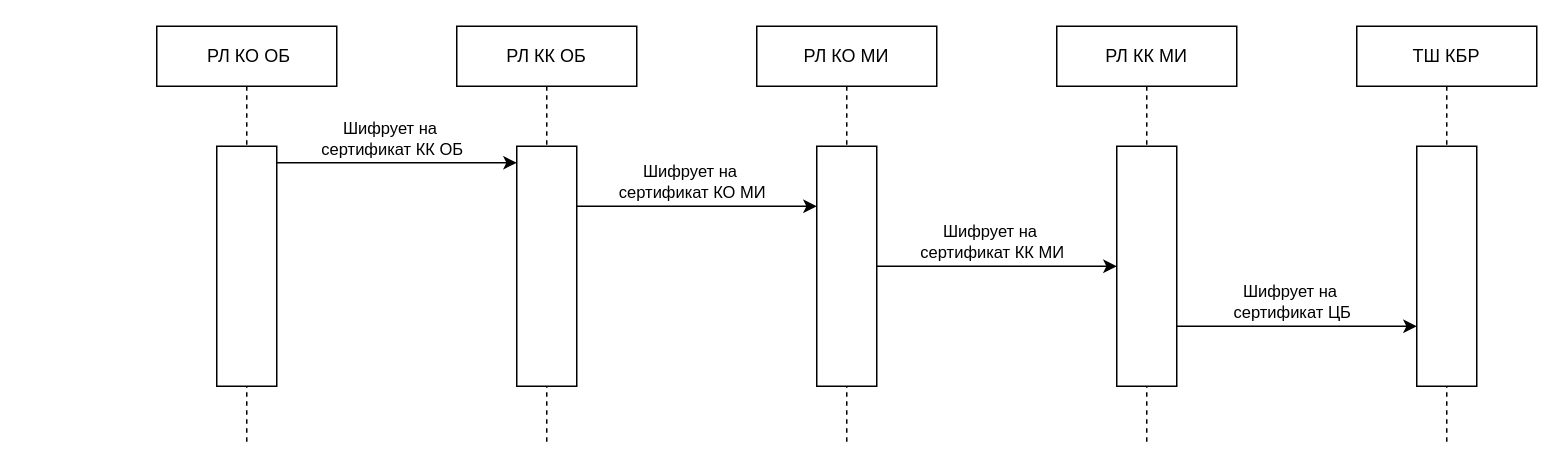
This is Диаграмма без названия.drawio from maxiko/ARC-016, a draw.io file, before an edit. Source tidied: cells renumbered, new cells numbered last; positions are measured from the earlier drawing's top-left corner, leaving out a move shared by most shapes. Both pictures are drawn from the tidied source at 150%, with x=0, y=0 at pixel (156, 26).
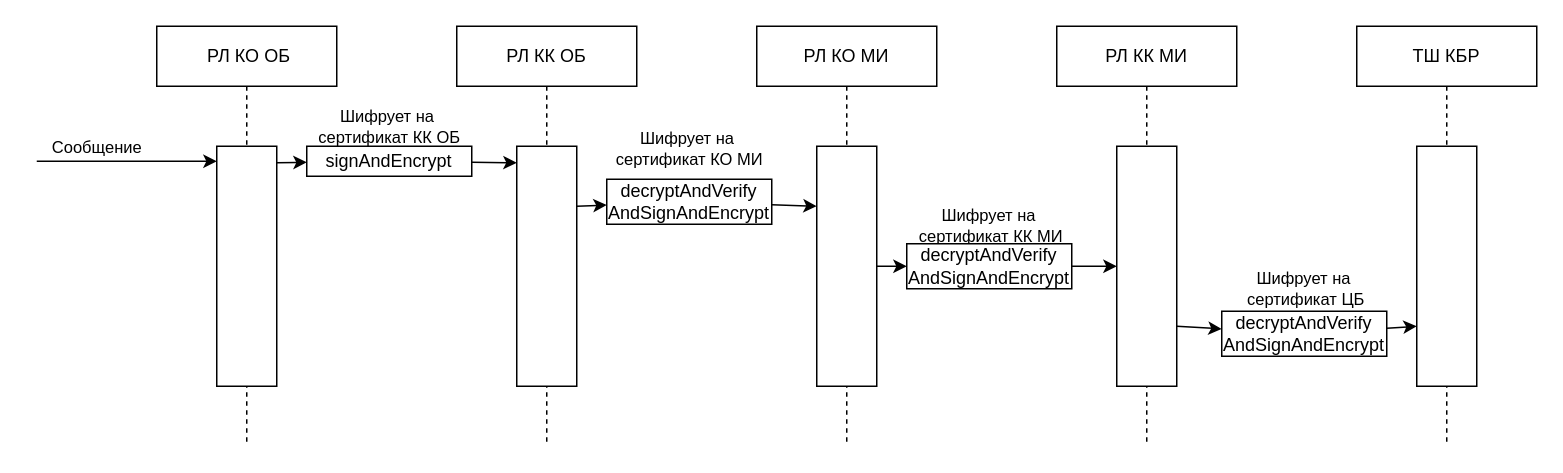
The same diagram, later.

Change to the diagram source:
```diff
@@
-    <mxCell id="12" style="endArrow=classic;html=1;rounded=0;" parent="1" edge="1">
+    <mxCell id="12" style="endArrow=classic;html=1;rounded=0;" parent="1" edge="1" source="27">
       <mxGeometry relative="1" as="geometry">
-        <mxPoint x="80" y="91" as="sourcePoint" />
         <mxPoint x="240" y="91" as="targetPoint" />
       </mxGeometry>
     </mxCell>
+    <mxCell id="14" style="endArrow=classic;html=1;rounded=0;" parent="1" edge="1" source="23">
+      <mxGeometry relative="1" as="geometry">
+        <mxPoint x="440" y="120" as="targetPoint" />
+      </mxGeometry>
+    </mxCell>
+    <mxCell id="16" style="endArrow=classic;html=1;rounded=0;" parent="1" edge="1" source="25">
+      <mxGeometry relative="1" as="geometry">
+        <mxPoint x="640" y="160" as="targetPoint" />
+      </mxGeometry>
+    </mxCell>
+    <mxCell id="18" style="endArrow=classic;html=1;rounded=0;" parent="1" edge="1" source="29">
+      <mxGeometry relative="1" as="geometry">
+        <mxPoint x="840" y="200" as="targetPoint" />
+      </mxGeometry>
+    </mxCell>
+    <mxCell id="20" style="endArrow=classic;html=1;rounded=0;" parent="1" edge="1">
+      <mxGeometry relative="1" as="geometry">
+        <mxPoint x="-80" y="90" as="sourcePoint" />
+        <mxPoint x="40" y="90" as="targetPoint" />
+      </mxGeometry>
+    </mxCell>
+    <mxCell id="21" value="Сообщение" style="edgeLabel;html=1;align=center;verticalAlign=middle;" parent="20" vertex="1">
+      <mxGeometry x="-0.08" y="2" relative="1" as="geometry">
+        <mxPoint x="-16" y="-8" as="offset" />
+      </mxGeometry>
+    </mxCell>
+    <mxCell id="22" style="endArrow=classic;html=1;rounded=0;" parent="1" edge="1" target="23">
+      <mxGeometry relative="1" as="geometry">
+        <mxPoint x="280" y="120" as="sourcePoint" />
+      </mxGeometry>
+    </mxCell>
+    <mxCell id="15" value="Шифрует на&amp;nbsp;&lt;div&gt;сертификат КО МИ&lt;/div&gt;" style="edgeLabel;html=1;align=center;verticalAlign=middle;" parent="22" vertex="1">
+      <mxGeometry x="-0.05" y="2" relative="1" as="geometry">
+        <mxPoint x="65" y="-36" as="offset" />
+      </mxGeometry>
+    </mxCell>
+    <mxCell id="23" value="decryptAndVerify AndSignAndEncrypt" style="rounded=0;whiteSpace=wrap;html=1;" parent="1" vertex="1">
+      <mxGeometry x="300" y="102" width="110" height="30" as="geometry" />
+    </mxCell>
+    <mxCell id="24" style="endArrow=classic;html=1;rounded=0;" parent="1" edge="1" target="25">
+      <mxGeometry relative="1" as="geometry">
+        <mxPoint x="480" y="160" as="sourcePoint" />
+      </mxGeometry>
+    </mxCell>
+    <mxCell id="17" value="Шифрует на&amp;nbsp;&lt;div&gt;сертификат КК МИ&lt;/div&gt;" style="edgeLabel;html=1;align=center;verticalAlign=middle;" parent="24" vertex="1">
+      <mxGeometry x="-0.05" y="2" relative="1" as="geometry">
+        <mxPoint x="65" y="-26" as="offset" />
+      </mxGeometry>
+    </mxCell>
+    <mxCell id="25" value="decryptAndVerify AndSignAndEncrypt" style="rounded=0;whiteSpace=wrap;html=1;" parent="1" vertex="1">
+      <mxGeometry x="500" y="145" width="110" height="30" as="geometry" />
+    </mxCell>
+    <mxCell id="26" style="endArrow=classic;html=1;rounded=0;" parent="1" edge="1" target="27">
+      <mxGeometry relative="1" as="geometry">
+        <mxPoint x="80" y="91" as="sourcePoint" />
+      </mxGeometry>
+    </mxCell>
-    <mxCell id="13" value="Шифрует на&amp;nbsp;&lt;div&gt;сертификат КК ОБ&lt;/div&gt;" style="edgeLabel;html=1;align=center;verticalAlign=middle;" parent="12" vertex="1">
+    <mxCell id="13" value="Шифрует на&amp;nbsp;&lt;div&gt;сертификат КК ОБ&lt;/div&gt;" style="edgeLabel;html=1;align=center;verticalAlign=middle;" parent="26" vertex="1">
       <mxGeometry x="-0.05" y="2" relative="1" as="geometry">
-        <mxPoint y="-15" as="offset" />
+        <mxPoint x="65" y="-22" as="offset" />
       </mxGeometry>
     </mxCell>
-    <mxCell id="14" style="endArrow=classic;html=1;rounded=0;" parent="1" edge="1">
-      <mxGeometry relative="1" as="geometry">
-        <mxPoint x="280" y="120" as="sourcePoint" />
-        <mxPoint x="440" y="120" as="targetPoint" />
-      </mxGeometry>
-    </mxCell>
-    <mxCell id="15" value="Шифрует на&amp;nbsp;&lt;div&gt;сертификат КО МИ&lt;/div&gt;" style="edgeLabel;html=1;align=center;verticalAlign=middle;" parent="14" vertex="1">
-      <mxGeometry x="-0.05" y="2" relative="1" as="geometry">
-        <mxPoint y="-15" as="offset" />
-      </mxGeometry>
-    </mxCell>
-    <mxCell id="16" style="endArrow=classic;html=1;rounded=0;" parent="1" edge="1">
-      <mxGeometry relative="1" as="geometry">
-        <mxPoint x="480" y="160" as="sourcePoint" />
-        <mxPoint x="640" y="160" as="targetPoint" />
-      </mxGeometry>
-    </mxCell>
-    <mxCell id="17" value="Шифрует на&amp;nbsp;&lt;div&gt;сертификат КК МИ&lt;/div&gt;" style="edgeLabel;html=1;align=center;verticalAlign=middle;" parent="16" vertex="1">
-      <mxGeometry x="-0.05" y="2" relative="1" as="geometry">
-        <mxPoint y="-15" as="offset" />
-      </mxGeometry>
-    </mxCell>
-    <mxCell id="18" style="endArrow=classic;html=1;rounded=0;" parent="1" edge="1">
-      <mxGeometry relative="1" as="geometry">
-        <mxPoint x="680" y="200" as="sourcePoint" />
-        <mxPoint x="840" y="200" as="targetPoint" />
-      </mxGeometry>
-    </mxCell>
+    <mxCell id="27" value="signAndEncrypt" style="rounded=0;whiteSpace=wrap;html=1;" parent="1" vertex="1">
+      <mxGeometry x="100" y="80" width="110" height="20" as="geometry" />
+    </mxCell>
+    <mxCell id="28" style="endArrow=classic;html=1;rounded=0;" parent="1" edge="1" target="29">
+      <mxGeometry relative="1" as="geometry">
+        <mxPoint x="680" y="200" as="sourcePoint" />
+      </mxGeometry>
+    </mxCell>
-    <mxCell id="19" value="Шифрует на&amp;nbsp;&lt;div&gt;сертификат ЦБ&lt;/div&gt;" style="edgeLabel;html=1;align=center;verticalAlign=middle;" parent="18" vertex="1">
+    <mxCell id="19" value="Шифрует на&amp;nbsp;&lt;div&gt;сертификат ЦБ&lt;/div&gt;" style="edgeLabel;html=1;align=center;verticalAlign=middle;" parent="28" vertex="1">
       <mxGeometry x="-0.05" y="2" relative="1" as="geometry">
-        <mxPoint y="-15" as="offset" />
+        <mxPoint x="71" y="-24" as="offset" />
       </mxGeometry>
     </mxCell>
+    <mxCell id="29" value="decryptAndVerify AndSignAndEncrypt" style="rounded=0;whiteSpace=wrap;html=1;" parent="1" vertex="1">
+      <mxGeometry x="710" y="190" width="110" height="30" as="geometry" />
+    </mxCell>
```
